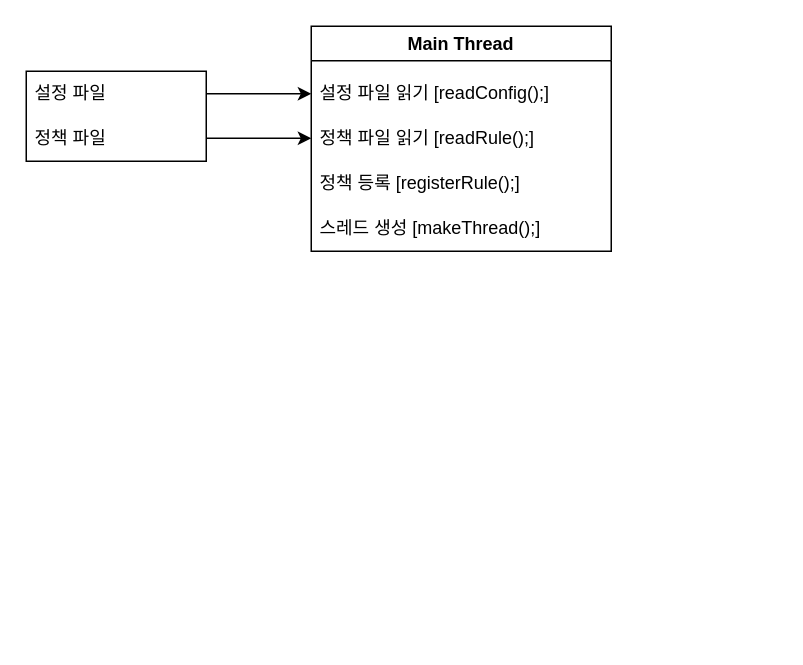
Above: IDS_project.drawio in Hayeon-Lee/IDS (draw.io), before the change. Source tidied: cells renumbered, new cells numbered last; positions are measured from the earlier drawing's top-left corner, leaving out a move shared by most shapes. Both pictures are drawn from the tidied source at 150%, with x=0, y=0 at pixel (26, 26).
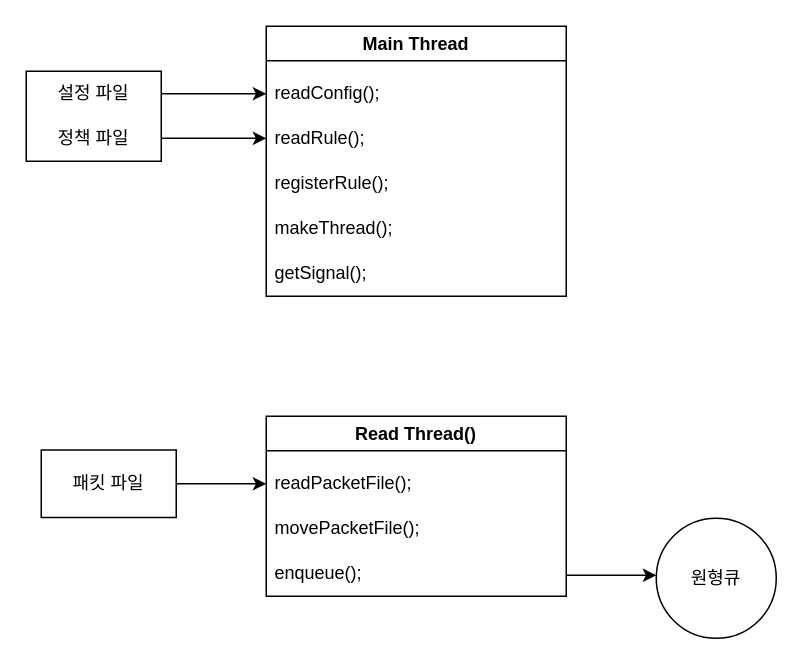
The same page after the edit.

Commit message:
IDS_project_read_thread 업데이트

Change to the diagram source:
```diff
@@
     <mxCell id="2" style="endArrow=classic;html=1;rounded=0;" parent="1" edge="1">
       <mxGeometry relative="1" as="geometry">
-        <mxPoint x="120" y="45" as="sourcePoint" />
-        <mxPoint x="190" y="45" as="targetPoint" />
+        <mxPoint x="90" y="45" as="sourcePoint" />
+        <mxPoint x="160" y="45" as="targetPoint" />
       </mxGeometry>
     </mxCell>
     <mxCell id="3" style="endArrow=classic;html=1;rounded=0;" parent="1" edge="1">
       <mxGeometry relative="1" as="geometry">
-        <mxPoint x="120" y="74.7" as="sourcePoint" />
-        <mxPoint x="190" y="74.7" as="targetPoint" />
+        <mxPoint x="90" y="74.7" as="sourcePoint" />
+        <mxPoint x="160" y="74.7" as="targetPoint" />
       </mxGeometry>
     </mxCell>
     <mxCell id="4" style="rounded=0;whiteSpace=wrap;html=1;" parent="1" vertex="1">
-      <mxGeometry y="30" width="120" height="60" as="geometry" />
+      <mxGeometry y="30" width="90" height="60" as="geometry" />
     </mxCell>
-    <mxCell id="5" value="설정 파일" style="text;strokeColor=none;fillColor=none;align=left;verticalAlign=middle;spacingLeft=4;spacingRight=4;overflow=hidden;whiteSpace=wrap;html=1;" parent="1" vertex="1">
-      <mxGeometry y="30" width="120" height="30" as="geometry" />
+    <mxCell id="5" value="설정 파일" style="text;strokeColor=none;fillColor=none;align=center;verticalAlign=middle;spacingLeft=4;spacingRight=4;overflow=hidden;whiteSpace=wrap;html=1;" parent="1" vertex="1">
+      <mxGeometry y="30" width="90" height="30" as="geometry" />
     </mxCell>
-    <mxCell id="6" value="정책 파일" style="text;strokeColor=none;fillColor=none;align=left;verticalAlign=middle;spacingLeft=4;spacingRight=4;overflow=hidden;whiteSpace=wrap;html=1;" parent="1" vertex="1">
-      <mxGeometry y="60" width="120" height="30" as="geometry" />
+    <mxCell id="6" value="정책 파일" style="text;strokeColor=none;fillColor=none;align=center;verticalAlign=middle;spacingLeft=4;spacingRight=4;overflow=hidden;whiteSpace=wrap;html=1;" parent="1" vertex="1">
+      <mxGeometry y="60" width="90" height="30" as="geometry" />
     </mxCell>
     <mxCell id="7" value="Main Thread" style="swimlane;whiteSpace=wrap;html=1;" parent="1" vertex="1">
-      <mxGeometry x="190" width="200" height="150" as="geometry" />
+      <mxGeometry x="160" width="200" height="180" as="geometry" />
     </mxCell>
-    <mxCell id="8" value="설정 파일 읽기 [readConfig();]" style="text;strokeColor=none;fillColor=none;align=left;verticalAlign=middle;spacingLeft=4;spacingRight=4;overflow=hidden;whiteSpace=wrap;html=1;" parent="7" vertex="1">
+    <mxCell id="8" value="readConfig();" style="text;strokeColor=none;fillColor=none;align=left;verticalAlign=middle;spacingLeft=4;spacingRight=4;overflow=hidden;whiteSpace=wrap;html=1;" parent="7" vertex="1">
       <mxGeometry y="30" width="200" height="30" as="geometry" />
     </mxCell>
-    <mxCell id="9" value="정책 파일 읽기 [readRule();]" style="text;strokeColor=none;fillColor=none;align=left;verticalAlign=middle;spacingLeft=4;spacingRight=4;overflow=hidden;whiteSpace=wrap;html=1;" parent="7" vertex="1">
+    <mxCell id="9" value="readRule();" style="text;strokeColor=none;fillColor=none;align=left;verticalAlign=middle;spacingLeft=4;spacingRight=4;overflow=hidden;whiteSpace=wrap;html=1;" parent="7" vertex="1">
       <mxGeometry y="60" width="200" height="30" as="geometry" />
     </mxCell>
-    <mxCell id="10" value="정책 등록 [registerRule();]" style="text;strokeColor=none;fillColor=none;align=left;verticalAlign=middle;spacingLeft=4;spacingRight=4;overflow=hidden;whiteSpace=wrap;html=1;" parent="7" vertex="1">
+    <mxCell id="10" value="registerRule();" style="text;strokeColor=none;fillColor=none;align=left;verticalAlign=middle;spacingLeft=4;spacingRight=4;overflow=hidden;whiteSpace=wrap;html=1;" parent="7" vertex="1">
       <mxGeometry y="90" width="200" height="30" as="geometry" />
     </mxCell>
-    <mxCell id="11" value="스레드 생성 [makeThread();]" style="text;strokeColor=none;fillColor=none;align=left;verticalAlign=middle;spacingLeft=4;spacingRight=4;overflow=hidden;whiteSpace=wrap;html=1;" parent="7" vertex="1">
+    <mxCell id="11" value="makeThread();" style="text;strokeColor=none;fillColor=none;align=left;verticalAlign=middle;spacingLeft=4;spacingRight=4;overflow=hidden;whiteSpace=wrap;html=1;" parent="7" vertex="1">
       <mxGeometry y="120" width="200" height="30" as="geometry" />
     </mxCell>
+    <mxCell id="12" value="getSignal();" style="text;strokeColor=none;fillColor=none;align=left;verticalAlign=middle;spacingLeft=4;spacingRight=4;overflow=hidden;whiteSpace=wrap;html=1;" parent="7" vertex="1">
+      <mxGeometry y="150" width="200" height="30" as="geometry" />
+    </mxCell>
+    <mxCell id="13" value="Read Thread()" style="swimlane;whiteSpace=wrap;html=1;" parent="1" vertex="1">
+      <mxGeometry x="160" y="260" width="200" height="120" as="geometry" />
+    </mxCell>
+    <mxCell id="14" value="readPacketFile();" style="text;strokeColor=none;fillColor=none;align=left;verticalAlign=middle;spacingLeft=4;spacingRight=4;overflow=hidden;points=[[0,0.5],[1,0.5]];portConstraint=eastwest;whiteSpace=wrap;html=1;" parent="13" vertex="1">
+      <mxGeometry y="30" width="200" height="30" as="geometry" />
+    </mxCell>
+    <mxCell id="15" value="movePacketFile();" style="text;strokeColor=none;fillColor=none;align=left;verticalAlign=middle;spacingLeft=4;spacingRight=4;overflow=hidden;whiteSpace=wrap;html=1;" parent="13" vertex="1">
+      <mxGeometry y="60" width="200" height="30" as="geometry" />
+    </mxCell>
+    <mxCell id="16" value="enqueue();" style="text;strokeColor=none;fillColor=none;align=left;verticalAlign=middle;spacingLeft=4;spacingRight=4;overflow=hidden;whiteSpace=wrap;html=1;" parent="13" vertex="1">
+      <mxGeometry y="90" width="200" height="30" as="geometry" />
+    </mxCell>
+    <mxCell id="17" value="패킷 파일" style="rounded=0;whiteSpace=wrap;html=1;" parent="1" vertex="1">
+      <mxGeometry x="10" y="282.5" width="90" height="45" as="geometry" />
+    </mxCell>
+    <mxCell id="18" style="endArrow=classic;html=1;rounded=0;entryX=0;entryY=0.5;entryDx=0;entryDy=0;exitX=1;exitY=0.5;exitDx=0;exitDy=0;" parent="1" edge="1" source="17" target="14">
+      <mxGeometry relative="1" as="geometry" />
+    </mxCell>
+    <mxCell id="19" style="endArrow=classic;html=1;rounded=0;" parent="1" edge="1">
+      <mxGeometry relative="1" as="geometry">
+        <mxPoint x="360" y="366" as="sourcePoint" />
+        <mxPoint x="420" y="366" as="targetPoint" />
+      </mxGeometry>
+    </mxCell>
+    <mxCell id="20" value="원형큐" style="ellipse;whiteSpace=wrap;html=1;" parent="1" vertex="1">
+      <mxGeometry x="420" y="328" width="80" height="80" as="geometry" />
+    </mxCell>
```
